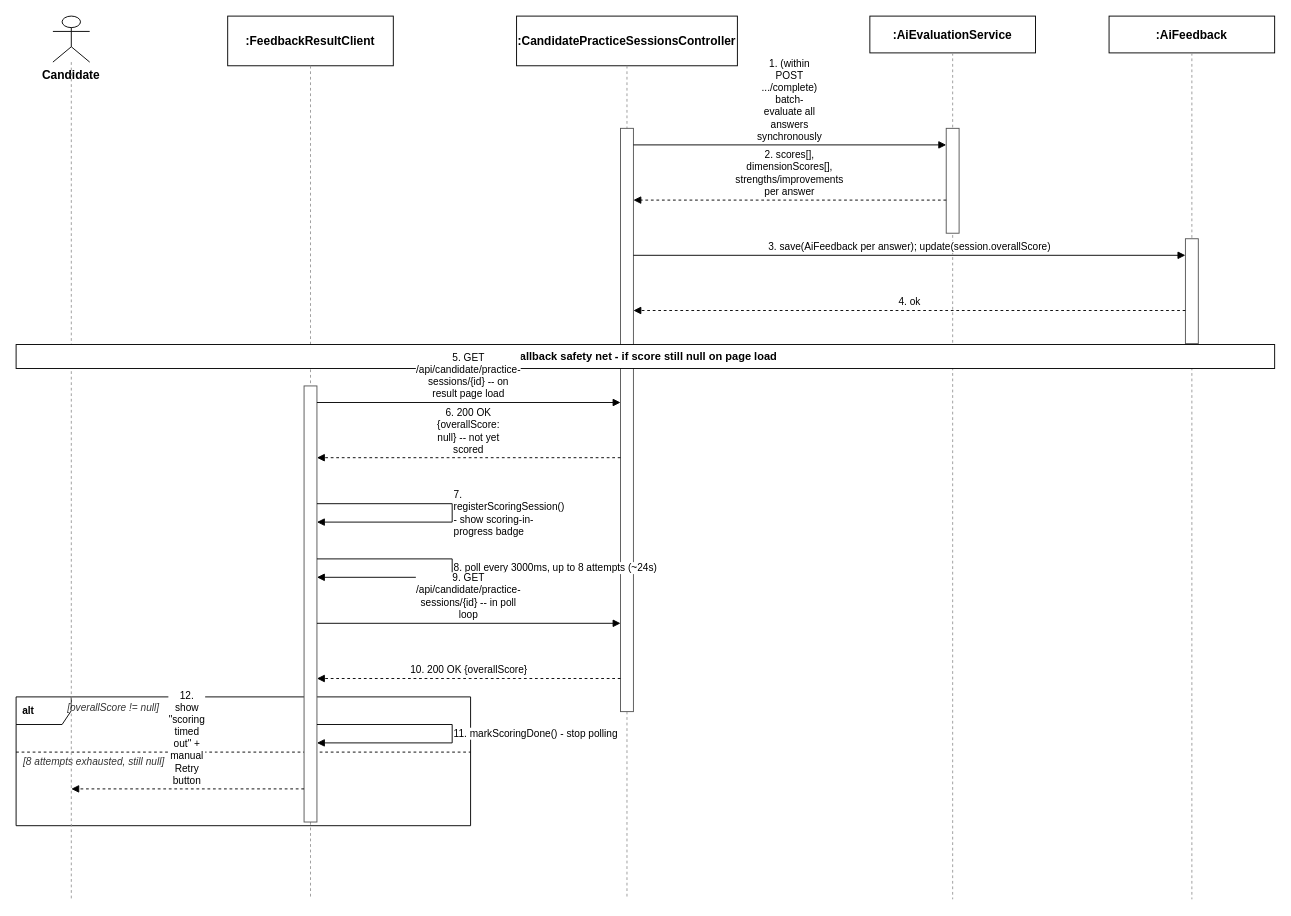
Before: docs/qa/Tu_SequenceDiagram/09_Evaluate_Candidate_Answers_Background_AI_Job.drawio in tulklk/AI_Interview_Question_Generation_RAG_LLM_FE, a draw.io diagram. Source tidied: cells renumbered, new cells numbered last; positions are measured from the earlier drawing's top-left corner, leaving out a move shared by most shapes. Both pictures are drawn from the tidied source at 92%, with x=0, y=0 at pixel (16, 16).
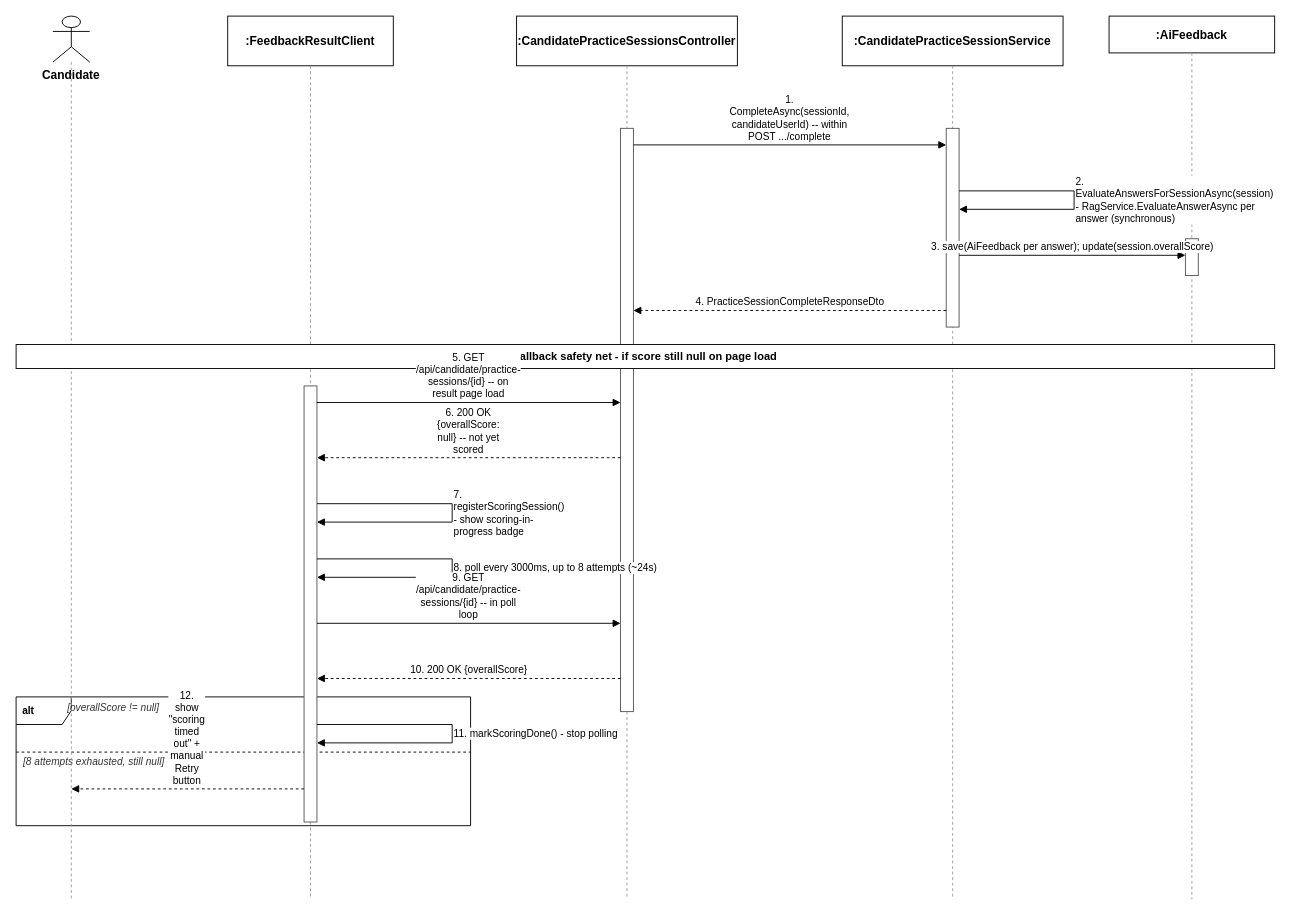
After the change.

What changed in the source:
```diff
@@
-    <mxCell id="12" value=":AiEvaluationService" style="rounded=0;whiteSpace=wrap;html=1;fontSize=13;fillColor=#ffffff;strokeColor=#000000;fontStyle=1;" parent="1" vertex="1">
-      <mxGeometry x="928" width="180" height="40" as="geometry" />
+    <mxCell id="12" value=":CandidatePracticeSessionService" style="rounded=0;whiteSpace=wrap;html=1;fontSize=13;fillColor=#ffffff;strokeColor=#000000;fontStyle=1;" parent="1" vertex="1">
+      <mxGeometry x="898" width="240" height="54" as="geometry" />
     </mxCell>
     <mxCell id="13" style="endArrow=none;dashed=1;html=1;strokeColor=#999999;" parent="1" edge="1">
       <mxGeometry relative="1" as="geometry">
-        <mxPoint x="1018" y="40" as="sourcePoint" />
+        <mxPoint x="1018" y="54" as="sourcePoint" />
         <mxPoint x="1018" y="960" as="targetPoint" />
       </mxGeometry>
     </mxCell>
@@
     <mxCell id="17" style="rounded=0;whiteSpace=wrap;html=1;fillColor=#ffffff;strokeColor=#555555;" parent="1" vertex="1">
-      <mxGeometry x="1011" y="122" width="14" height="114" as="geometry" />
+      <mxGeometry x="1011" y="122" width="14" height="216" as="geometry" />
     </mxCell>
     <mxCell id="18" style="rounded=0;whiteSpace=wrap;html=1;fillColor=#ffffff;strokeColor=#555555;" parent="1" vertex="1">
-      <mxGeometry x="1271" y="242" width="14" height="114" as="geometry" />
+      <mxGeometry x="1271" y="242" width="14" height="40" as="geometry" />
     </mxCell>
@@
-    <mxCell id="20" value="1. (within POST .../complete) batch-evaluate all answers synchronously" style="endArrow=block;endFill=1;html=1;whiteSpace=wrap;fontSize=11;align=center;verticalAlign=bottom;labelBackgroundColor=#ffffff;strokeColor=#000000;" parent="1" edge="1">
+    <mxCell id="20" value="1. CompleteAsync(sessionId, candidateUserId)  -- within POST .../complete" style="endArrow=block;endFill=1;html=1;whiteSpace=wrap;fontSize=11;align=center;verticalAlign=bottom;labelBackgroundColor=#ffffff;strokeColor=#000000;" parent="1" edge="1">
       <mxGeometry relative="1" as="geometry">
         <mxPoint x="671" y="140" as="sourcePoint" />
         <mxPoint x="1011" y="140" as="targetPoint" />
       </mxGeometry>
     </mxCell>
-    <mxCell id="21" value="2. scores[], dimensionScores[], strengths/improvements per answer" style="endArrow=block;endFill=1;html=1;whiteSpace=wrap;dashed=1;fontSize=11;align=center;verticalAlign=bottom;labelBackgroundColor=#ffffff;strokeColor=#000000;" parent="1" edge="1">
+    <mxCell id="21" value="2. EvaluateAnswersForSessionAsync(session) - RagService.EvaluateAnswerAsync per answer (synchronous)" style="endArrow=block;endFill=1;html=1;whiteSpace=wrap;fontSize=11;align=left;verticalAlign=middle;labelBackgroundColor=#ffffff;rounded=0;strokeColor=#000000;" parent="1" edge="1">
       <mxGeometry relative="1" as="geometry">
-        <mxPoint x="1011" y="200" as="sourcePoint" />
-        <mxPoint x="671" y="200" as="targetPoint" />
+        <mxPoint x="1025" y="190" as="sourcePoint" />
+        <mxPoint x="1025" y="210" as="targetPoint" />
+        <Array as="points">
+          <mxPoint x="1150" y="190" />
+          <mxPoint x="1150" y="210" />
+        </Array>
       </mxGeometry>
     </mxCell>
     <mxCell id="22" value="3. save(AiFeedback per answer); update(session.overallScore)" style="endArrow=block;endFill=1;html=1;fontSize=11;align=center;verticalAlign=bottom;labelBackgroundColor=#ffffff;strokeColor=#000000;" parent="1" edge="1">
       <mxGeometry relative="1" as="geometry">
-        <mxPoint x="671" y="260" as="sourcePoint" />
+        <mxPoint x="1025" y="260" as="sourcePoint" />
         <mxPoint x="1271" y="260" as="targetPoint" />
       </mxGeometry>
     </mxCell>
-    <mxCell id="23" value="4. ok" style="endArrow=block;endFill=1;html=1;dashed=1;fontSize=11;align=center;verticalAlign=bottom;labelBackgroundColor=#ffffff;strokeColor=#000000;" parent="1" edge="1">
+    <mxCell id="23" value="4. PracticeSessionCompleteResponseDto" style="endArrow=block;endFill=1;html=1;dashed=1;fontSize=11;align=center;verticalAlign=bottom;labelBackgroundColor=#ffffff;strokeColor=#000000;" parent="1" edge="1">
       <mxGeometry relative="1" as="geometry">
-        <mxPoint x="1271" y="320" as="sourcePoint" />
+        <mxPoint x="1011" y="320" as="sourcePoint" />
         <mxPoint x="671" y="320" as="targetPoint" />
       </mxGeometry>
     </mxCell>
```
